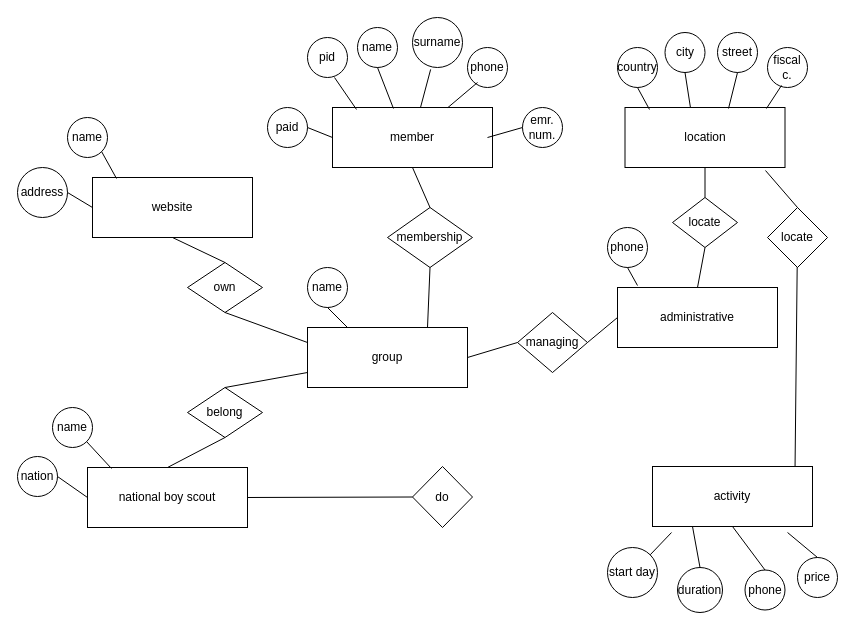
The draw.io diagram scout_Diagram.drawio in mohsenshahii/database, before the edit. Source tidied: cells renumbered, new cells numbered last; positions are measured from the earlier drawing's top-left corner, leaving out a move shared by most shapes. Both pictures are drawn from the tidied source at 100%, with x=0, y=0 at pixel (17, 17).
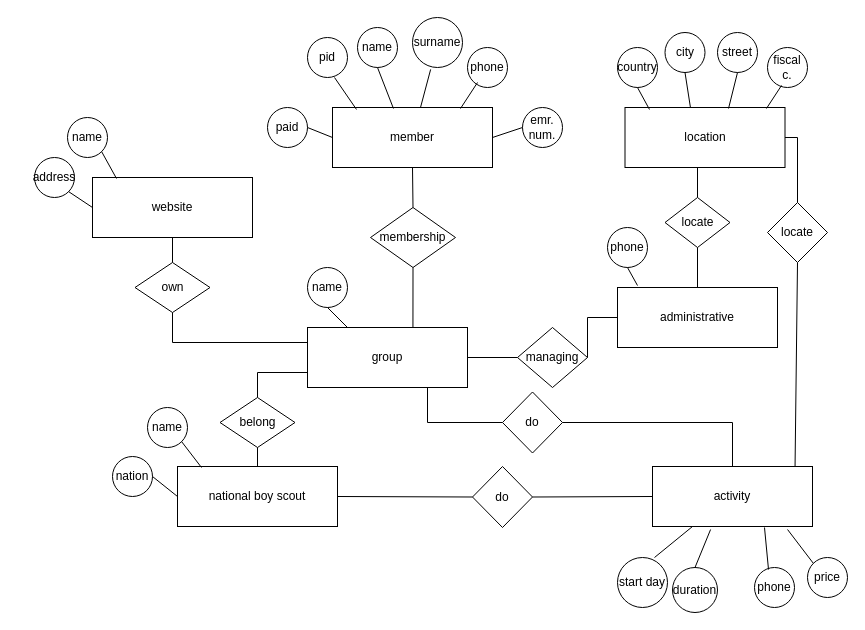
Above is the later version.

Unchanged cells that the change refers to:
```xml
<mxCell id="3" value="group" style="rounded=0;whiteSpace=wrap;html=1;" parent="1" vertex="1">
  <mxGeometry x="290" y="310" width="160" height="60" as="geometry" />
</mxCell>
<mxCell id="4" value="website" style="rounded=0;whiteSpace=wrap;html=1;" parent="1" vertex="1">
  <mxGeometry x="75" y="160" width="160" height="60" as="geometry" />
</mxCell>
<mxCell id="12" value="administrative" style="rounded=0;whiteSpace=wrap;html=1;" parent="1" vertex="1">
  <mxGeometry x="600" y="270" width="160" height="60" as="geometry" />
</mxCell>
<mxCell id="20" value="location" style="rounded=0;whiteSpace=wrap;html=1;" parent="1" vertex="1">
  <mxGeometry x="607.5" y="90" width="160" height="60" as="geometry" />
</mxCell>
<mxCell id="30" value="member" style="rounded=0;whiteSpace=wrap;html=1;" parent="1" vertex="1">
  <mxGeometry x="315" y="90" width="160" height="60" as="geometry" />
</mxCell>
<mxCell id="42" value="phone" style="ellipse;whiteSpace=wrap;html=1;" parent="1" vertex="1">
  <mxGeometry x="450" y="30" width="40" height="40" as="geometry" />
</mxCell>
<mxCell id="44" value="emr. num." style="ellipse;whiteSpace=wrap;html=1;" parent="1" vertex="1">
  <mxGeometry x="505" y="90" width="40" height="40" as="geometry" />
</mxCell>
<mxCell id="56" value="activity" style="rounded=0;whiteSpace=wrap;html=1;" parent="1" vertex="1">
  <mxGeometry x="635" y="449" width="160" height="60" as="geometry" />
</mxCell>
```

Change to the diagram source:
```diff
@@
     <mxCell id="7" value="own" style="rhombus;whiteSpace=wrap;html=1;" parent="1" vertex="1">
-      <mxGeometry x="170" y="245" width="75" height="50" as="geometry" />
+      <mxGeometry x="117.5" y="245" width="75" height="50" as="geometry" />
     </mxCell>
@@
     <mxCell id="10" value="address" style="ellipse;whiteSpace=wrap;html=1;" parent="1" vertex="1">
-      <mxGeometry y="150" width="50" height="50" as="geometry" />
+      <mxGeometry x="17" y="140" width="40" height="40" as="geometry" />
     </mxCell>
-    <mxCell id="11" style="endArrow=none;html=1;rounded=0;exitX=1;exitY=0.5;exitDx=0;exitDy=0;entryX=0;entryY=0.5;entryDx=0;entryDy=0;" parent="1" edge="1" source="10" target="4">
+    <mxCell id="11" style="endArrow=none;html=1;rounded=0;exitX=1;exitY=1;exitDx=0;exitDy=0;entryX=0;entryY=0.5;entryDx=0;entryDy=0;" parent="1" edge="1" source="10" target="4">
       <mxGeometry relative="1" as="geometry" />
     </mxCell>
@@
     <mxCell id="13" value="managing" style="rhombus;whiteSpace=wrap;html=1;" parent="1" vertex="1">
-      <mxGeometry x="500" y="295" width="70" height="60" as="geometry" />
+      <mxGeometry x="500" y="310" width="70" height="60" as="geometry" />
     </mxCell>
@@
     <mxCell id="15" style="endArrow=none;html=1;rounded=0;entryX=0;entryY=0.5;entryDx=0;entryDy=0;exitX=1;exitY=0.5;exitDx=0;exitDy=0;" parent="1" edge="1" source="13" target="12">
-      <mxGeometry relative="1" as="geometry" />
+      <mxGeometry relative="1" as="geometry">
+        <Array as="points">
+          <mxPoint x="570" y="300" />
+        </Array>
+      </mxGeometry>
     </mxCell>
     <mxCell id="16" style="endArrow=none;html=1;rounded=0;exitX=0.5;exitY=1;exitDx=0;exitDy=0;entryX=0;entryY=0.25;entryDx=0;entryDy=0;" parent="1" edge="1" source="7" target="3">
-      <mxGeometry relative="1" as="geometry" />
+      <mxGeometry relative="1" as="geometry">
+        <Array as="points">
+          <mxPoint x="155" y="325" />
+        </Array>
+      </mxGeometry>
     </mxCell>
     <mxCell id="17" style="endArrow=none;html=1;rounded=0;exitX=0.5;exitY=1;exitDx=0;exitDy=0;entryX=0.5;entryY=0;entryDx=0;entryDy=0;" parent="1" edge="1" source="4" target="7">
-      <mxGeometry relative="1" as="geometry" />
+      <mxGeometry relative="1" as="geometry">
+        <Array as="points">
+          <mxPoint x="155" y="245" />
+        </Array>
+      </mxGeometry>
     </mxCell>
@@
     <mxCell id="21" value="locate" style="rhombus;whiteSpace=wrap;html=1;" parent="1" vertex="1">
-      <mxGeometry x="655" y="180" width="65" height="50" as="geometry" />
+      <mxGeometry x="647.5" y="180" width="65" height="50" as="geometry" />
     </mxCell>
@@
-    <mxCell id="23" style="endArrow=none;html=1;rounded=0;entryX=0.5;entryY=0;entryDx=0;entryDy=0;exitX=0.5;exitY=1;exitDx=0;exitDy=0;" parent="1" edge="1" source="20" target="21">
-      <mxGeometry relative="1" as="geometry" />
+    <mxCell id="23" style="endArrow=none;html=1;rounded=0;entryX=0.5;entryY=0;entryDx=0;entryDy=0;" parent="1" edge="1" target="21">
+      <mxGeometry relative="1" as="geometry">
+        <mxPoint x="680" y="150" as="sourcePoint" />
+      </mxGeometry>
     </mxCell>
     <mxCell id="24" value="national boy scout" style="rounded=0;whiteSpace=wrap;html=1;" parent="1" vertex="1">
-      <mxGeometry x="70" y="450" width="160" height="60" as="geometry" />
+      <mxGeometry x="160" y="449" width="160" height="60" as="geometry" />
     </mxCell>
     <mxCell id="25" value="belong" style="rhombus;whiteSpace=wrap;html=1;" parent="1" vertex="1">
-      <mxGeometry x="170" y="370" width="75" height="50" as="geometry" />
+      <mxGeometry x="202.5" y="380" width="75" height="50" as="geometry" />
     </mxCell>
     <mxCell id="26" style="endArrow=none;html=1;rounded=0;entryX=0;entryY=0.75;entryDx=0;entryDy=0;exitX=0.5;exitY=0;exitDx=0;exitDy=0;" parent="1" edge="1" source="25" target="3">
-      <mxGeometry relative="1" as="geometry" />
+      <mxGeometry relative="1" as="geometry">
+        <Array as="points">
+          <mxPoint x="240" y="355" />
+        </Array>
+      </mxGeometry>
     </mxCell>
@@
     <mxCell id="28" value="name" style="ellipse;whiteSpace=wrap;html=1;" parent="1" vertex="1">
-      <mxGeometry x="35" y="390" width="40" height="40" as="geometry" />
+      <mxGeometry x="130" y="390" width="40" height="40" as="geometry" />
     </mxCell>
@@
     <mxCell id="31" value="membership" style="rhombus;whiteSpace=wrap;html=1;" parent="1" vertex="1">
-      <mxGeometry x="370" y="190" width="85" height="60" as="geometry" />
+      <mxGeometry x="353" y="190" width="85" height="60" as="geometry" />
     </mxCell>
-    <mxCell id="32" style="endArrow=none;html=1;rounded=0;entryX=0.5;entryY=1;entryDx=0;entryDy=0;exitX=0.75;exitY=0;exitDx=0;exitDy=0;" parent="1" edge="1" source="3" target="31">
+    <mxCell id="32" style="endArrow=none;html=1;rounded=0;entryX=0.5;entryY=1;entryDx=0;entryDy=0;exitX=0.659;exitY=0;exitDx=0;exitDy=0;exitPerimeter=0;" parent="1" edge="1" source="3" target="31">
       <mxGeometry relative="1" as="geometry" />
     </mxCell>
@@
-    <mxCell id="43" style="endArrow=none;html=1;rounded=0;entryX=0.25;entryY=0.875;entryDx=0;entryDy=0;entryPerimeter=0;" parent="1" edge="1" source="30" target="42">
+    <mxCell id="43" style="endArrow=none;html=1;rounded=0;entryX=0.25;entryY=0.875;entryDx=0;entryDy=0;entryPerimeter=0;exitX=0.8;exitY=0.017;exitDx=0;exitDy=0;exitPerimeter=0;" parent="1" edge="1" source="30" target="42">
       <mxGeometry relative="1" as="geometry" />
     </mxCell>
@@
-    <mxCell id="45" style="endArrow=none;html=1;rounded=0;entryX=0;entryY=0.5;entryDx=0;entryDy=0;" parent="1" edge="1" target="44">
-      <mxGeometry relative="1" as="geometry">
-        <mxPoint x="470" y="120" as="sourcePoint" />
-      </mxGeometry>
+    <mxCell id="45" style="endArrow=none;html=1;rounded=0;entryX=0;entryY=0.5;entryDx=0;entryDy=0;exitX=1;exitY=0.5;exitDx=0;exitDy=0;" parent="1" edge="1" source="30" target="44">
+      <mxGeometry relative="1" as="geometry" />
     </mxCell>
@@
     <mxCell id="54" value="nation" style="ellipse;whiteSpace=wrap;html=1;" parent="1" vertex="1">
-      <mxGeometry y="439" width="40" height="40" as="geometry" />
+      <mxGeometry x="95" y="439" width="40" height="40" as="geometry" />
     </mxCell>
@@
-    <mxCell id="57" style="endArrow=none;html=1;rounded=0;exitX=0.891;exitY=0;exitDx=0;exitDy=0;exitPerimeter=0;" parent="1" edge="1" source="56" target="58">
+    <mxCell id="57" style="endArrow=none;html=1;rounded=0;exitX=0.891;exitY=0;exitDx=0;exitDy=0;exitPerimeter=0;entryX=0.5;entryY=1;entryDx=0;entryDy=0;" parent="1" edge="1" source="56" target="58">
       <mxGeometry relative="1" as="geometry" />
     </mxCell>
     <mxCell id="58" value="locate" style="rhombus;whiteSpace=wrap;html=1;" parent="1" vertex="1">
-      <mxGeometry x="750" y="190" width="60" height="60" as="geometry" />
+      <mxGeometry x="750" y="185" width="60" height="60" as="geometry" />
     </mxCell>
-    <mxCell id="59" style="endArrow=none;html=1;rounded=0;entryX=0.878;entryY=1.05;entryDx=0;entryDy=0;entryPerimeter=0;exitX=0.5;exitY=0;exitDx=0;exitDy=0;" parent="1" edge="1" source="58" target="20">
-      <mxGeometry relative="1" as="geometry" />
+    <mxCell id="59" style="endArrow=none;html=1;rounded=0;exitX=0.5;exitY=0;exitDx=0;exitDy=0;entryX=1;entryY=0.5;entryDx=0;entryDy=0;" parent="1" edge="1" source="58" target="20">
+      <mxGeometry relative="1" as="geometry">
+        <Array as="points">
+          <mxPoint x="780" y="120" />
+        </Array>
+      </mxGeometry>
     </mxCell>
     <mxCell id="60" value="start day" style="ellipse;whiteSpace=wrap;html=1;" parent="1" vertex="1">
-      <mxGeometry x="590" y="530" width="50" height="50" as="geometry" />
+      <mxGeometry x="600" y="540" width="50" height="50" as="geometry" />
     </mxCell>
     <mxCell id="61" value="duration" style="ellipse;whiteSpace=wrap;html=1;" parent="1" vertex="1">
-      <mxGeometry x="660" y="550" width="45" height="45" as="geometry" />
+      <mxGeometry x="655" y="550" width="45" height="45" as="geometry" />
     </mxCell>
     <mxCell id="62" value="phone" style="ellipse;whiteSpace=wrap;html=1;" parent="1" vertex="1">
-      <mxGeometry x="727.5" y="552.5" width="40" height="40" as="geometry" />
+      <mxGeometry x="737" y="550" width="40" height="40" as="geometry" />
     </mxCell>
     <mxCell id="63" value="price" style="ellipse;whiteSpace=wrap;html=1;" parent="1" vertex="1">
-      <mxGeometry x="780" y="540" width="40" height="40" as="geometry" />
+      <mxGeometry x="790" y="540" width="40" height="40" as="geometry" />
     </mxCell>
-    <mxCell id="64" style="endArrow=none;html=1;rounded=0;exitX=1;exitY=0;exitDx=0;exitDy=0;entryX=0.119;entryY=1.1;entryDx=0;entryDy=0;entryPerimeter=0;" parent="1" edge="1" source="60" target="56">
+    <mxCell id="64" style="endArrow=none;html=1;rounded=0;exitX=0.74;exitY=0;exitDx=0;exitDy=0;exitPerimeter=0;entryX=0.25;entryY=1;entryDx=0;entryDy=0;" parent="1" edge="1" source="60" target="56">
       <mxGeometry relative="1" as="geometry" />
     </mxCell>
-    <mxCell id="65" style="endArrow=none;html=1;rounded=0;exitX=0.5;exitY=0;exitDx=0;exitDy=0;entryX=0.25;entryY=1;entryDx=0;entryDy=0;" parent="1" edge="1" source="61" target="56">
+    <mxCell id="65" style="endArrow=none;html=1;rounded=0;exitX=0.5;exitY=0;exitDx=0;exitDy=0;entryX=0.363;entryY=1.05;entryDx=0;entryDy=0;entryPerimeter=0;" parent="1" edge="1" source="61" target="56">
       <mxGeometry relative="1" as="geometry" />
     </mxCell>
-    <mxCell id="66" style="endArrow=none;html=1;rounded=0;exitX=0.5;exitY=0;exitDx=0;exitDy=0;entryX=0.5;entryY=1;entryDx=0;entryDy=0;" parent="1" edge="1" source="62" target="56">
+    <mxCell id="66" style="endArrow=none;html=1;rounded=0;exitX=0.35;exitY=0.05;exitDx=0;exitDy=0;entryX=0.7;entryY=1.017;entryDx=0;entryDy=0;exitPerimeter=0;entryPerimeter=0;" parent="1" edge="1" source="62" target="56">
       <mxGeometry relative="1" as="geometry" />
     </mxCell>
-    <mxCell id="67" style="endArrow=none;html=1;rounded=0;exitX=0.5;exitY=0;exitDx=0;exitDy=0;entryX=0.844;entryY=1.1;entryDx=0;entryDy=0;entryPerimeter=0;" parent="1" edge="1" source="63" target="56">
+    <mxCell id="67" style="endArrow=none;html=1;rounded=0;exitX=0;exitY=0;exitDx=0;exitDy=0;entryX=0.844;entryY=1.05;entryDx=0;entryDy=0;entryPerimeter=0;" parent="1" edge="1" source="63" target="56">
       <mxGeometry relative="1" as="geometry" />
     </mxCell>
     <mxCell id="68" value="do" style="rhombus;whiteSpace=wrap;html=1;" parent="1" vertex="1">
-      <mxGeometry x="395" y="449" width="60" height="61" as="geometry" />
+      <mxGeometry x="455" y="449" width="60" height="61" as="geometry" />
     </mxCell>
@@
+    <mxCell id="70" style="endArrow=none;html=1;rounded=0;entryX=0;entryY=0.5;entryDx=0;entryDy=0;exitX=1;exitY=0.5;exitDx=0;exitDy=0;" parent="1" edge="1" source="68" target="56">
+      <mxGeometry relative="1" as="geometry" />
+    </mxCell>
+    <mxCell id="71" value="do" style="rhombus;whiteSpace=wrap;html=1;" parent="1" vertex="1">
+      <mxGeometry x="485" y="374.5" width="60" height="61" as="geometry" />
+    </mxCell>
+    <mxCell id="72" style="endArrow=none;html=1;rounded=0;entryX=0;entryY=0.5;entryDx=0;entryDy=0;exitX=0.75;exitY=1;exitDx=0;exitDy=0;" parent="1" edge="1" source="3" target="71">
+      <mxGeometry relative="1" as="geometry">
+        <Array as="points">
+          <mxPoint x="410" y="405" />
+        </Array>
+      </mxGeometry>
+    </mxCell>
+    <mxCell id="73" style="endArrow=none;html=1;rounded=0;entryX=0.5;entryY=0;entryDx=0;entryDy=0;exitX=1;exitY=0.5;exitDx=0;exitDy=0;" parent="1" edge="1" source="71" target="56">
+      <mxGeometry relative="1" as="geometry">
+        <Array as="points">
+          <mxPoint x="715" y="405" />
+        </Array>
+      </mxGeometry>
+    </mxCell>
```
